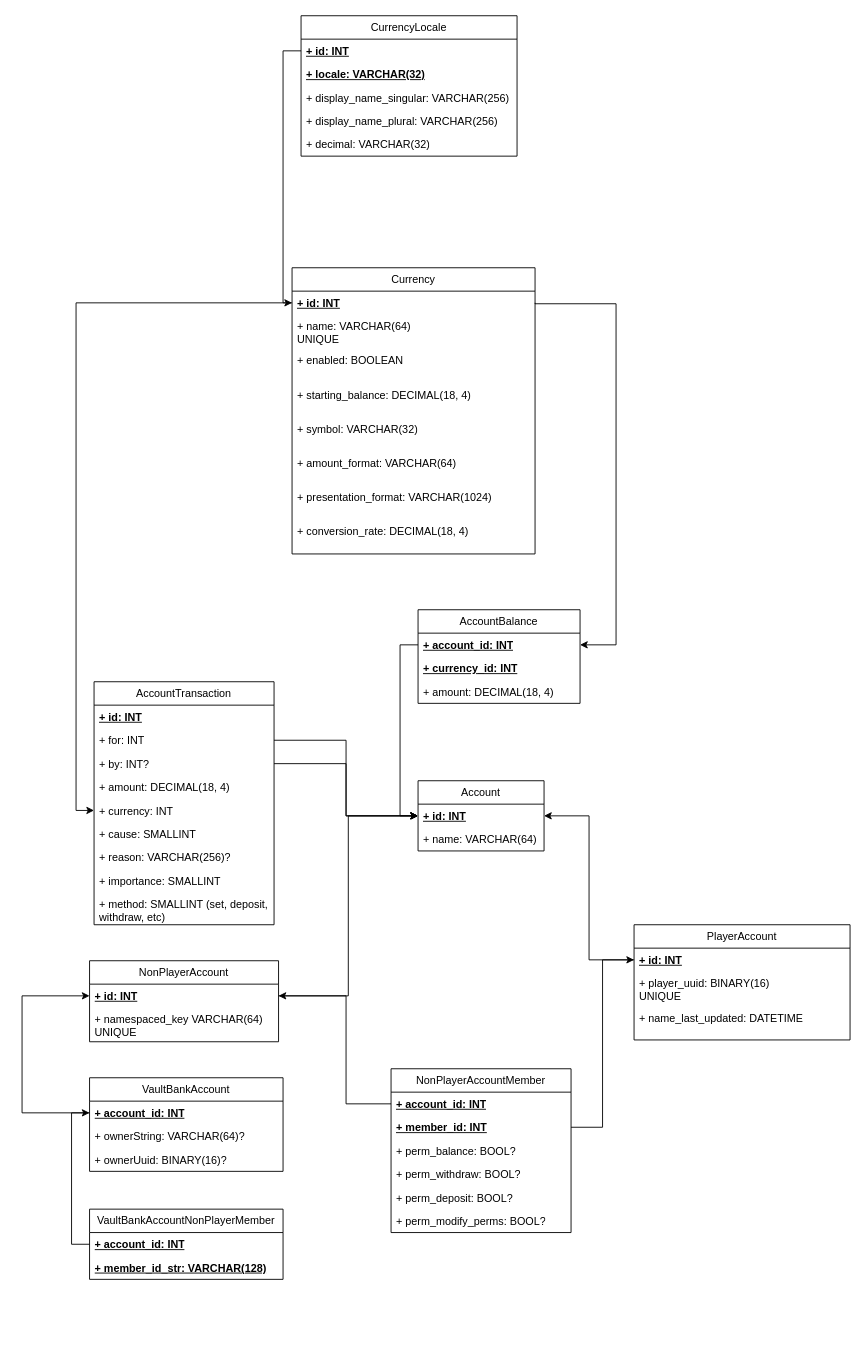
Above: docs/brainstorming/sql_planner_3.drawio in ArcanePlugins/Polyconomy (draw.io), before the change. Source tidied: cells renumbered, new cells numbered last; positions are measured from the earlier drawing's top-left corner, leaving out a move shared by most shapes. Both pictures are drawn from the tidied source at 90%, with x=0, y=0 at pixel (22, 15).
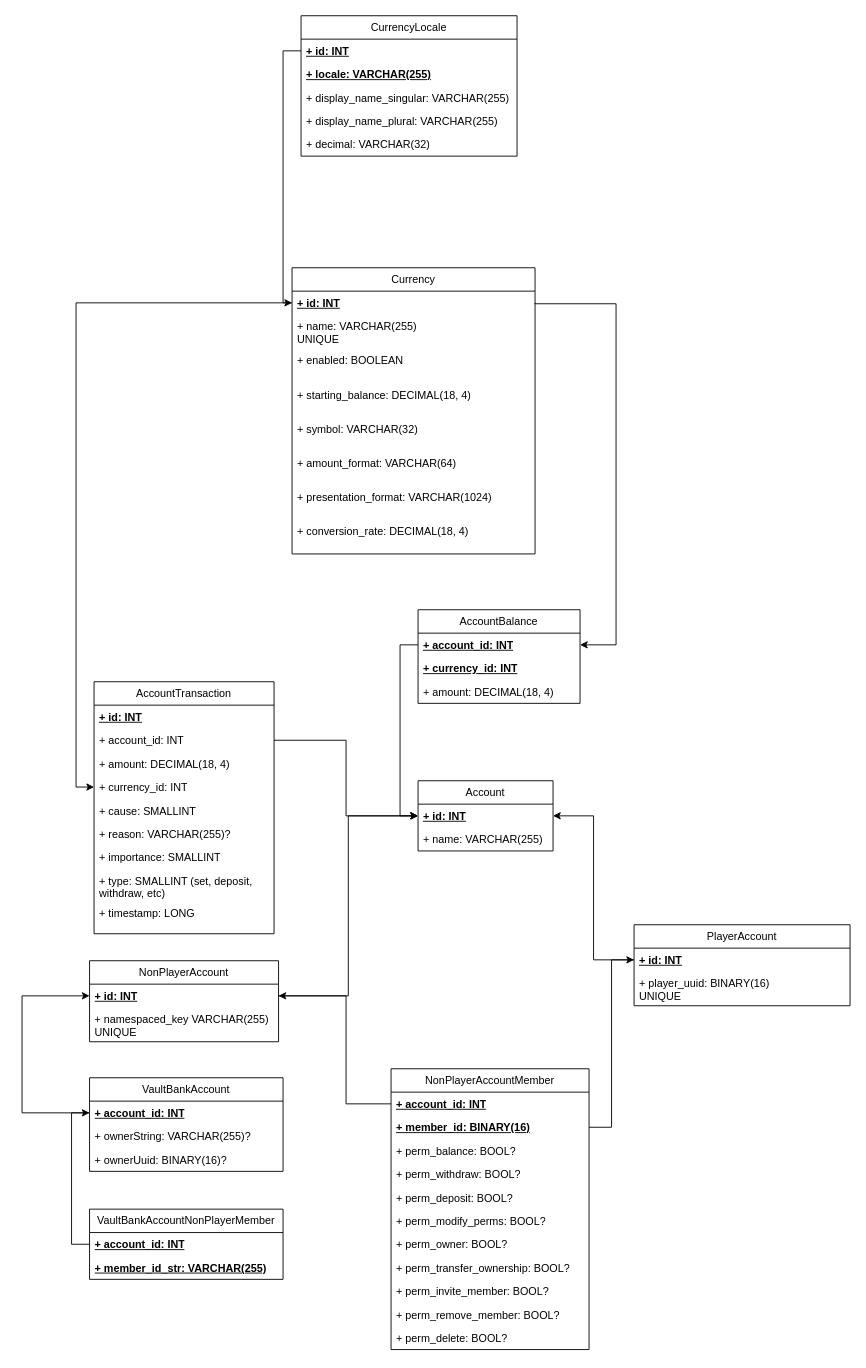
The same page after the edit.

Commit message:
brainstorming: update SQL table diagram

Unchanged cells that the change refers to:
```xml
<mxCell id="6" value="NonPlayerAccount" style="swimlane;fontStyle=0;horizontal=1;startSize=26;fillColor=none;whiteSpace=wrap;html=1;" parent="1" vertex="1">
  <mxGeometry x="75" y="1050" width="210" height="90" as="geometry" />
</mxCell>
<mxCell id="18" value="Currency" style="swimlane;fontStyle=0;horizontal=1;startSize=26;fillColor=none;whiteSpace=wrap;html=1;" parent="1" vertex="1">
  <mxGeometry x="300" y="280" width="270" height="318" as="geometry" />
</mxCell>
<mxCell id="51" value="CurrencyLocale" style="swimlane;fontStyle=0;horizontal=1;startSize=26;fillColor=none;whiteSpace=wrap;html=1;" parent="1" vertex="1">
  <mxGeometry x="310" width="240" height="156" as="geometry" />
</mxCell>
<mxCell id="58" value="VaultBankAccount" style="swimlane;fontStyle=0;horizontal=1;startSize=26;fillColor=none;whiteSpace=wrap;html=1;" parent="1" vertex="1">
  <mxGeometry x="75" y="1180" width="215" height="104" as="geometry" />
</mxCell>
<mxCell id="63" value="VaultBankAccountNonPlayerMember" style="swimlane;fontStyle=0;horizontal=1;startSize=26;fillColor=none;whiteSpace=wrap;html=1;" parent="1" vertex="1">
  <mxGeometry x="75" y="1326" width="215" height="78" as="geometry" />
</mxCell>
```

The edit, as a diff of the source:
```diff
@@
     <mxCell id="2" value="&lt;div&gt;PlayerAccount&lt;/div&gt;" style="swimlane;fontStyle=0;horizontal=1;startSize=26;fillColor=none;whiteSpace=wrap;html=1;" parent="1" vertex="1">
-      <mxGeometry x="680" y="1010" width="240" height="128" as="geometry" />
+      <mxGeometry x="680" y="1010" width="240" height="90" as="geometry" />
     </mxCell>
@@
-    <mxCell id="5" value="+ name_last_updated: DATETIME" style="text;strokeColor=none;fillColor=none;align=left;verticalAlign=top;spacingLeft=4;spacingRight=4;overflow=hidden;whiteSpace=wrap;html=1;" parent="2" vertex="1">
-      <mxGeometry y="90" width="240" height="38" as="geometry" />
-    </mxCell>
@@
-    <mxCell id="8" value="+ namespaced_key VARCHAR(64)&lt;br&gt;UNIQUE" style="text;strokeColor=none;fillColor=none;align=left;verticalAlign=top;spacingLeft=4;spacingRight=4;overflow=hidden;whiteSpace=wrap;html=1;fontStyle=0;" parent="6" vertex="1">
+    <mxCell id="8" value="+ namespaced_key VARCHAR(255)&lt;br&gt;UNIQUE" style="text;strokeColor=none;fillColor=none;align=left;verticalAlign=top;spacingLeft=4;spacingRight=4;overflow=hidden;whiteSpace=wrap;html=1;fontStyle=0;" parent="6" vertex="1">
       <mxGeometry y="52" width="210" height="38" as="geometry" />
     </mxCell>
     <mxCell id="9" value="NonPlayerAccountMember" style="swimlane;fontStyle=0;horizontal=1;startSize=26;fillColor=none;whiteSpace=wrap;html=1;" parent="1" vertex="1">
-      <mxGeometry x="410" y="1170" width="200" height="182" as="geometry" />
+      <mxGeometry x="410" y="1170" width="220" height="312" as="geometry" />
     </mxCell>
     <mxCell id="10" value="+ account_id: INT" style="text;strokeColor=none;fillColor=none;align=left;verticalAlign=top;spacingLeft=4;spacingRight=4;overflow=hidden;points=[[0,0.5],[1,0.5]];portConstraint=eastwest;whiteSpace=wrap;html=1;fontStyle=5;" parent="9" vertex="1">
-      <mxGeometry y="26" width="200" height="26" as="geometry" />
+      <mxGeometry y="26" width="220" height="26" as="geometry" />
     </mxCell>
-    <mxCell id="11" value="+ member_id: INT" style="text;strokeColor=none;fillColor=none;align=left;verticalAlign=top;spacingLeft=4;spacingRight=4;overflow=hidden;points=[[0,0.5],[1,0.5]];portConstraint=eastwest;whiteSpace=wrap;html=1;fontStyle=5;" parent="9" vertex="1">
-      <mxGeometry y="52" width="200" height="26" as="geometry" />
+    <mxCell id="11" value="+ member_id: BINARY(16)" style="text;strokeColor=none;fillColor=none;align=left;verticalAlign=top;spacingLeft=4;spacingRight=4;overflow=hidden;points=[[0,0.5],[1,0.5]];portConstraint=eastwest;whiteSpace=wrap;html=1;fontStyle=5;" parent="9" vertex="1">
+      <mxGeometry y="52" width="220" height="26" as="geometry" />
     </mxCell>
     <mxCell id="12" value="+ perm_balance: BOOL?" style="text;strokeColor=none;fillColor=none;align=left;verticalAlign=top;spacingLeft=4;spacingRight=4;overflow=hidden;whiteSpace=wrap;html=1;fontStyle=0;" parent="9" vertex="1">
-      <mxGeometry y="78" width="200" height="26" as="geometry" />
+      <mxGeometry y="78" width="220" height="26" as="geometry" />
     </mxCell>
     <mxCell id="13" value="+ perm_withdraw: BOOL?" style="text;strokeColor=none;fillColor=none;align=left;verticalAlign=top;spacingLeft=4;spacingRight=4;overflow=hidden;whiteSpace=wrap;html=1;fontStyle=0;" parent="9" vertex="1">
-      <mxGeometry y="104" width="200" height="26" as="geometry" />
+      <mxGeometry y="104" width="220" height="26" as="geometry" />
     </mxCell>
     <mxCell id="14" value="+ perm_deposit: BOOL?" style="text;strokeColor=none;fillColor=none;align=left;verticalAlign=top;spacingLeft=4;spacingRight=4;overflow=hidden;whiteSpace=wrap;html=1;fontStyle=0;" parent="9" vertex="1">
-      <mxGeometry y="130" width="200" height="26" as="geometry" />
+      <mxGeometry y="130" width="220" height="26" as="geometry" />
     </mxCell>
     <mxCell id="15" value="+ perm_modify_perms: BOOL?" style="text;strokeColor=none;fillColor=none;align=left;verticalAlign=top;spacingLeft=4;spacingRight=4;overflow=hidden;whiteSpace=wrap;html=1;fontStyle=0;" parent="9" vertex="1">
-      <mxGeometry y="156" width="200" height="26" as="geometry" />
+      <mxGeometry y="156" width="220" height="26" as="geometry" />
     </mxCell>
+    <mxCell id="67" value="+ perm_owner: BOOL?" style="text;strokeColor=none;fillColor=none;align=left;verticalAlign=top;spacingLeft=4;spacingRight=4;overflow=hidden;whiteSpace=wrap;html=1;fontStyle=0;" parent="9" vertex="1">
+      <mxGeometry y="182" width="220" height="26" as="geometry" />
+    </mxCell>
+    <mxCell id="68" value="+ perm_transfer_ownership: BOOL?" style="text;strokeColor=none;fillColor=none;align=left;verticalAlign=top;spacingLeft=4;spacingRight=4;overflow=hidden;whiteSpace=wrap;html=1;fontStyle=0;" parent="9" vertex="1">
+      <mxGeometry y="208" width="220" height="26" as="geometry" />
+    </mxCell>
+    <mxCell id="69" value="+ perm_invite_member: BOOL?" style="text;strokeColor=none;fillColor=none;align=left;verticalAlign=top;spacingLeft=4;spacingRight=4;overflow=hidden;whiteSpace=wrap;html=1;fontStyle=0;" parent="9" vertex="1">
+      <mxGeometry y="234" width="220" height="26" as="geometry" />
+    </mxCell>
+    <mxCell id="70" value="+ perm_remove_member: BOOL?" style="text;strokeColor=none;fillColor=none;align=left;verticalAlign=top;spacingLeft=4;spacingRight=4;overflow=hidden;whiteSpace=wrap;html=1;fontStyle=0;" parent="9" vertex="1">
+      <mxGeometry y="260" width="220" height="26" as="geometry" />
+    </mxCell>
+    <mxCell id="71" value="+ perm_delete: BOOL?" style="text;strokeColor=none;fillColor=none;align=left;verticalAlign=top;spacingLeft=4;spacingRight=4;overflow=hidden;whiteSpace=wrap;html=1;fontStyle=0;" parent="9" vertex="1">
+      <mxGeometry y="286" width="220" height="26" as="geometry" />
+    </mxCell>
@@
-    <mxCell id="20" value="+ name: VARCHAR(64)&lt;br&gt;UNIQUE" style="text;strokeColor=none;fillColor=none;align=left;verticalAlign=top;spacingLeft=4;spacingRight=4;overflow=hidden;whiteSpace=wrap;html=1;" parent="18" vertex="1">
+    <mxCell id="20" value="+ name: VARCHAR(255)&lt;br&gt;UNIQUE" style="text;strokeColor=none;fillColor=none;align=left;verticalAlign=top;spacingLeft=4;spacingRight=4;overflow=hidden;whiteSpace=wrap;html=1;" parent="18" vertex="1">
       <mxGeometry y="52" width="270" height="38" as="geometry" />
     </mxCell>
@@
     <mxCell id="27" value="Account" style="swimlane;fontStyle=0;horizontal=1;startSize=26;fillColor=none;whiteSpace=wrap;html=1;" parent="1" vertex="1">
-      <mxGeometry x="440" y="850" width="140" height="78" as="geometry" />
+      <mxGeometry x="440" y="850" width="150" height="78" as="geometry" />
     </mxCell>
     <mxCell id="28" value="&lt;b&gt;&lt;u&gt;+ id: INT&lt;br&gt;&lt;/u&gt;&lt;/b&gt;" style="text;strokeColor=none;fillColor=none;align=left;verticalAlign=top;spacingLeft=4;spacingRight=4;overflow=hidden;points=[[0,0.5],[1,0.5]];portConstraint=eastwest;whiteSpace=wrap;html=1;" parent="27" vertex="1">
-      <mxGeometry y="26" width="140" height="26" as="geometry" />
+      <mxGeometry y="26" width="150" height="26" as="geometry" />
     </mxCell>
-    <mxCell id="29" value="+ name: VARCHAR(64)" style="text;strokeColor=none;fillColor=none;align=left;verticalAlign=top;spacingLeft=4;spacingRight=4;overflow=hidden;whiteSpace=wrap;html=1;" parent="27" vertex="1">
-      <mxGeometry y="52" width="140" height="26" as="geometry" />
+    <mxCell id="29" value="+ name: VARCHAR(255)" style="text;strokeColor=none;fillColor=none;align=left;verticalAlign=top;spacingLeft=4;spacingRight=4;overflow=hidden;whiteSpace=wrap;html=1;" parent="27" vertex="1">
+      <mxGeometry y="52" width="150" height="26" as="geometry" />
     </mxCell>
@@
     <mxCell id="37" value="AccountTransaction" style="swimlane;fontStyle=0;horizontal=1;startSize=26;fillColor=none;whiteSpace=wrap;html=1;" parent="1" vertex="1">
-      <mxGeometry x="80" y="740" width="200" height="270" as="geometry" />
+      <mxGeometry x="80" y="740" width="200" height="280" as="geometry" />
     </mxCell>
@@
-    <mxCell id="39" value="+ for: INT" style="text;strokeColor=none;fillColor=none;align=left;verticalAlign=top;spacingLeft=4;spacingRight=4;overflow=hidden;points=[[0,0.5],[1,0.5]];portConstraint=eastwest;whiteSpace=wrap;html=1;" parent="37" vertex="1">
+    <mxCell id="39" value="+ account_id: INT" style="text;strokeColor=none;fillColor=none;align=left;verticalAlign=top;spacingLeft=4;spacingRight=4;overflow=hidden;points=[[0,0.5],[1,0.5]];portConstraint=eastwest;whiteSpace=wrap;html=1;" parent="37" vertex="1">
       <mxGeometry y="52" width="200" height="26" as="geometry" />
     </mxCell>
-    <mxCell id="40" value="+ by: INT?" style="text;strokeColor=none;fillColor=none;align=left;verticalAlign=top;spacingLeft=4;spacingRight=4;overflow=hidden;points=[[0,0.5],[1,0.5]];portConstraint=eastwest;whiteSpace=wrap;html=1;" parent="37" vertex="1">
-      <mxGeometry y="78" width="200" height="26" as="geometry" />
-    </mxCell>
     <mxCell id="41" value="+ amount: DECIMAL(18, 4)" style="text;strokeColor=none;fillColor=none;align=left;verticalAlign=top;spacingLeft=4;spacingRight=4;overflow=hidden;whiteSpace=wrap;html=1;" parent="37" vertex="1">
-      <mxGeometry y="104" width="200" height="26" as="geometry" />
+      <mxGeometry y="78" width="200" height="26" as="geometry" />
     </mxCell>
-    <mxCell id="42" value="+ currency: INT" style="text;strokeColor=none;fillColor=none;align=left;verticalAlign=top;spacingLeft=4;spacingRight=4;overflow=hidden;points=[[0,0.5],[1,0.5]];portConstraint=eastwest;whiteSpace=wrap;html=1;" parent="37" vertex="1">
-      <mxGeometry y="130" width="200" height="26" as="geometry" />
+    <mxCell id="42" value="+ currency_id: INT" style="text;strokeColor=none;fillColor=none;align=left;verticalAlign=top;spacingLeft=4;spacingRight=4;overflow=hidden;points=[[0,0.5],[1,0.5]];portConstraint=eastwest;whiteSpace=wrap;html=1;" parent="37" vertex="1">
+      <mxGeometry y="104" width="200" height="26" as="geometry" />
     </mxCell>
     <mxCell id="43" value="+ cause: SMALLINT" style="text;strokeColor=none;fillColor=none;align=left;verticalAlign=top;spacingLeft=4;spacingRight=4;overflow=hidden;whiteSpace=wrap;html=1;" parent="37" vertex="1">
-      <mxGeometry y="156" width="200" height="26" as="geometry" />
+      <mxGeometry y="130" width="200" height="26" as="geometry" />
     </mxCell>
-    <mxCell id="44" value="+ reason: VARCHAR(256)?" style="text;strokeColor=none;fillColor=none;align=left;verticalAlign=top;spacingLeft=4;spacingRight=4;overflow=hidden;whiteSpace=wrap;html=1;" parent="37" vertex="1">
-      <mxGeometry y="182" width="200" height="26" as="geometry" />
+    <mxCell id="44" value="+ reason: VARCHAR(255)?" style="text;strokeColor=none;fillColor=none;align=left;verticalAlign=top;spacingLeft=4;spacingRight=4;overflow=hidden;whiteSpace=wrap;html=1;" parent="37" vertex="1">
+      <mxGeometry y="156" width="200" height="26" as="geometry" />
     </mxCell>
     <mxCell id="45" value="+ importance: SMALLINT" style="text;strokeColor=none;fillColor=none;align=left;verticalAlign=top;spacingLeft=4;spacingRight=4;overflow=hidden;whiteSpace=wrap;html=1;" parent="37" vertex="1">
-      <mxGeometry y="208" width="200" height="26" as="geometry" />
+      <mxGeometry y="182" width="200" height="26" as="geometry" />
     </mxCell>
-    <mxCell id="46" value="+ method: SMALLINT (set, deposit, withdraw, etc)" style="text;strokeColor=none;fillColor=none;align=left;verticalAlign=top;spacingLeft=4;spacingRight=4;overflow=hidden;whiteSpace=wrap;html=1;" parent="37" vertex="1">
-      <mxGeometry y="234" width="200" height="36" as="geometry" />
+    <mxCell id="46" value="+ type: SMALLINT (set, deposit, withdraw, etc)" style="text;strokeColor=none;fillColor=none;align=left;verticalAlign=top;spacingLeft=4;spacingRight=4;overflow=hidden;whiteSpace=wrap;html=1;" parent="37" vertex="1">
+      <mxGeometry y="208" width="200" height="36" as="geometry" />
     </mxCell>
+    <mxCell id="72" value="+ timestamp: LONG" style="text;strokeColor=none;fillColor=none;align=left;verticalAlign=top;spacingLeft=4;spacingRight=4;overflow=hidden;whiteSpace=wrap;html=1;" parent="37" vertex="1">
+      <mxGeometry y="244" width="200" height="36" as="geometry" />
+    </mxCell>
@@
-    <mxCell id="48" style="edgeStyle=orthogonalEdgeStyle;rounded=0;jettySize=auto;html=1;entryX=0;entryY=0.5;entryDx=0;entryDy=0;" parent="1" edge="1" source="40" target="28">
-      <mxGeometry relative="1" as="geometry" />
-    </mxCell>
@@
-    <mxCell id="53" value="+ locale: VARCHAR(32)" style="text;strokeColor=none;fillColor=none;align=left;verticalAlign=top;spacingLeft=4;spacingRight=4;overflow=hidden;whiteSpace=wrap;html=1;fontStyle=5;" parent="51" vertex="1">
+    <mxCell id="53" value="+ locale: VARCHAR(255)" style="text;strokeColor=none;fillColor=none;align=left;verticalAlign=top;spacingLeft=4;spacingRight=4;overflow=hidden;whiteSpace=wrap;html=1;fontStyle=5;" parent="51" vertex="1">
       <mxGeometry y="52" width="240" height="26" as="geometry" />
     </mxCell>
-    <mxCell id="54" value="+ display_name_singular: VARCHAR(256)" style="text;strokeColor=none;fillColor=none;align=left;verticalAlign=top;spacingLeft=4;spacingRight=4;overflow=hidden;whiteSpace=wrap;html=1;" parent="51" vertex="1">
+    <mxCell id="54" value="+ display_name_singular: VARCHAR(255)" style="text;strokeColor=none;fillColor=none;align=left;verticalAlign=top;spacingLeft=4;spacingRight=4;overflow=hidden;whiteSpace=wrap;html=1;" parent="51" vertex="1">
       <mxGeometry y="78" width="240" height="26" as="geometry" />
     </mxCell>
-    <mxCell id="55" value="+ display_name_plural: VARCHAR(256)" style="text;strokeColor=none;fillColor=none;align=left;verticalAlign=top;spacingLeft=4;spacingRight=4;overflow=hidden;whiteSpace=wrap;html=1;" parent="51" vertex="1">
+    <mxCell id="55" value="+ display_name_plural: VARCHAR(255)" style="text;strokeColor=none;fillColor=none;align=left;verticalAlign=top;spacingLeft=4;spacingRight=4;overflow=hidden;whiteSpace=wrap;html=1;" parent="51" vertex="1">
       <mxGeometry y="104" width="240" height="26" as="geometry" />
     </mxCell>
@@
-    <mxCell id="60" value="+ ownerString: VARCHAR(64)?" style="text;strokeColor=none;fillColor=none;align=left;verticalAlign=top;spacingLeft=4;spacingRight=4;overflow=hidden;whiteSpace=wrap;html=1;" parent="58" vertex="1">
+    <mxCell id="60" value="+ ownerString: VARCHAR(255)?" style="text;strokeColor=none;fillColor=none;align=left;verticalAlign=top;spacingLeft=4;spacingRight=4;overflow=hidden;whiteSpace=wrap;html=1;" parent="58" vertex="1">
       <mxGeometry y="52" width="215" height="26" as="geometry" />
     </mxCell>
@@
-    <mxCell id="65" value="&lt;b&gt;&lt;u&gt;+ member_id_str: VARCHAR(128)&lt;br&gt;&lt;/u&gt;&lt;/b&gt;" style="text;strokeColor=none;fillColor=none;align=left;verticalAlign=top;spacingLeft=4;spacingRight=4;overflow=hidden;whiteSpace=wrap;html=1;" parent="63" vertex="1">
+    <mxCell id="65" value="&lt;b&gt;&lt;u&gt;+ member_id_str: VARCHAR(255)&lt;br&gt;&lt;/u&gt;&lt;/b&gt;" style="text;strokeColor=none;fillColor=none;align=left;verticalAlign=top;spacingLeft=4;spacingRight=4;overflow=hidden;whiteSpace=wrap;html=1;" parent="63" vertex="1">
       <mxGeometry y="52" width="215" height="26" as="geometry" />
     </mxCell>
```
